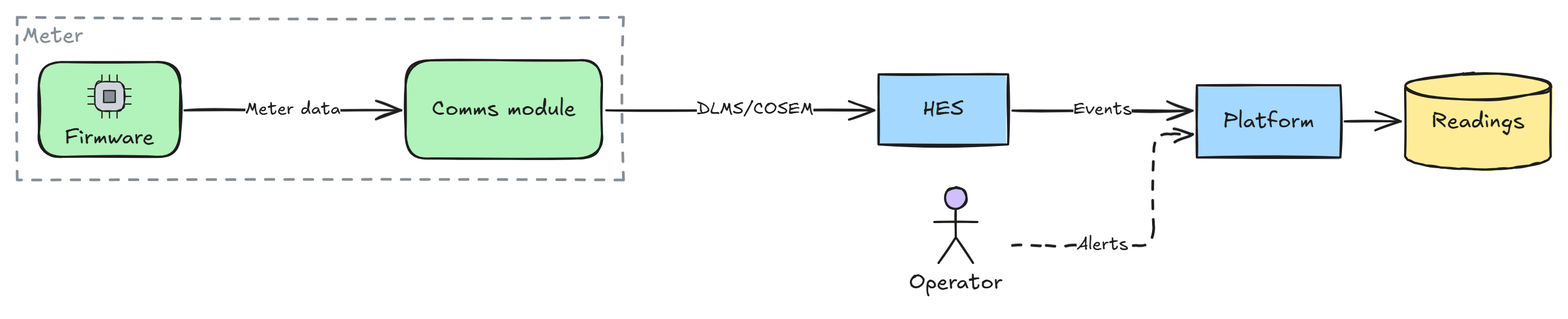
The Excalidraw diagram docs/images/meter.png in markbac/arch-text, before a commit. Source tidied: one line per element, renumbered; positions are measured from the earlier drawing's top-left corner, leaving out a move shared by most shapes.
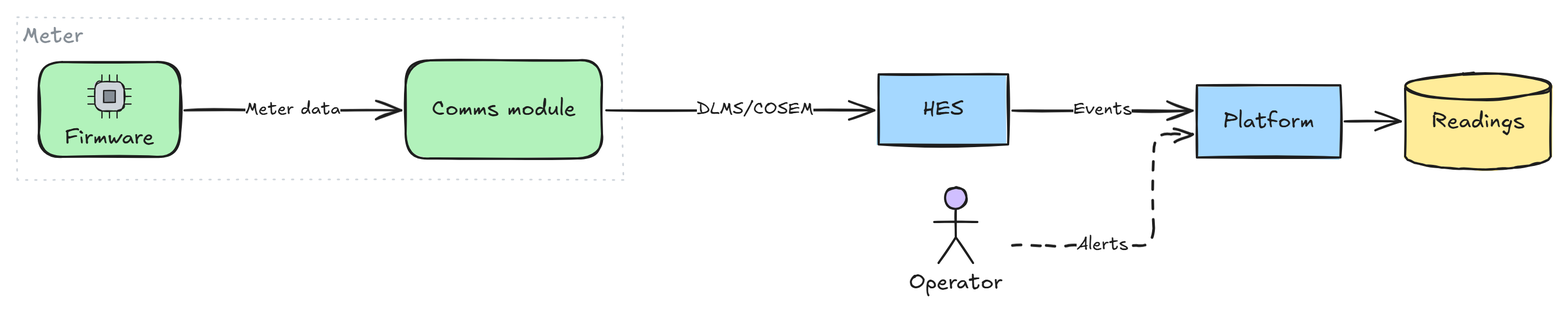
The same diagram one commit later.

Change to the diagram source:
```diff
@@ -1,4 +1,4 @@
-{"id": 0, "type": "rectangle", "strokeColor": "#868e96", "strokeWidth": 2, "strokeStyle": "dashed", "roughness": 1, "x": 0, "y": 0, "width": 562, "height": 151}
+{"id": 0, "type": "rectangle", "strokeColor": "#ced4da", "strokeWidth": 1, "strokeStyle": "dotted", "roughness": 1, "x": 0, "y": 0, "width": 562, "height": 151}
 {"id": 1, "type": "text", "text": "Meter", "strokeColor": "#868e96", "strokeWidth": 2, "roughness": 1, "fontSize": 20, "fontFamily": 5, "inside": 0, "x": 5, "y": 5, "width": 56, "height": 25}
 {"id": 2, "type": "rectangle", "strokeColor": "#1e1e1e", "backgroundColor": "#b2f2bb", "fillStyle": "solid", "strokeWidth": 2, "roughness": 1, "round": true, "x": 20, "y": 42, "width": 131, "height": 88}
 {"id": 3, "type": "text", "text": "Firmware", "strokeColor": "#1e1e1e", "strokeWidth": 2, "roughness": 1, "fontSize": 20, "fontFamily": 5, "textAlign": "center", "verticalAlign": "bottom", "inside": 2, "x": 44, "y": 100, "width": 83, "height": 25}
```
